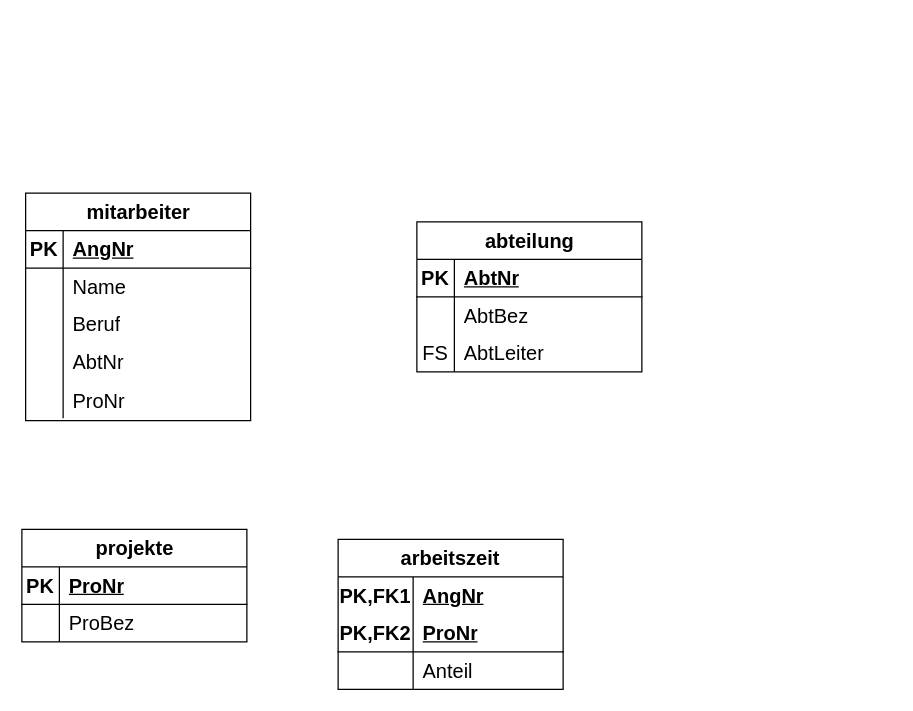
The draw.io diagram files/Datenbanken/aufgaben/Unbenanntes Diagramm.drawio in Fabiann2205/DHBW-Semester3, before the edit. Source tidied: cells renumbered, new cells numbered last; positions are measured from the earlier drawing's top-left corner, leaving out a move shared by most shapes. Both pictures are drawn from the tidied source at 125%, with x=0, y=0 at pixel (21, 192).
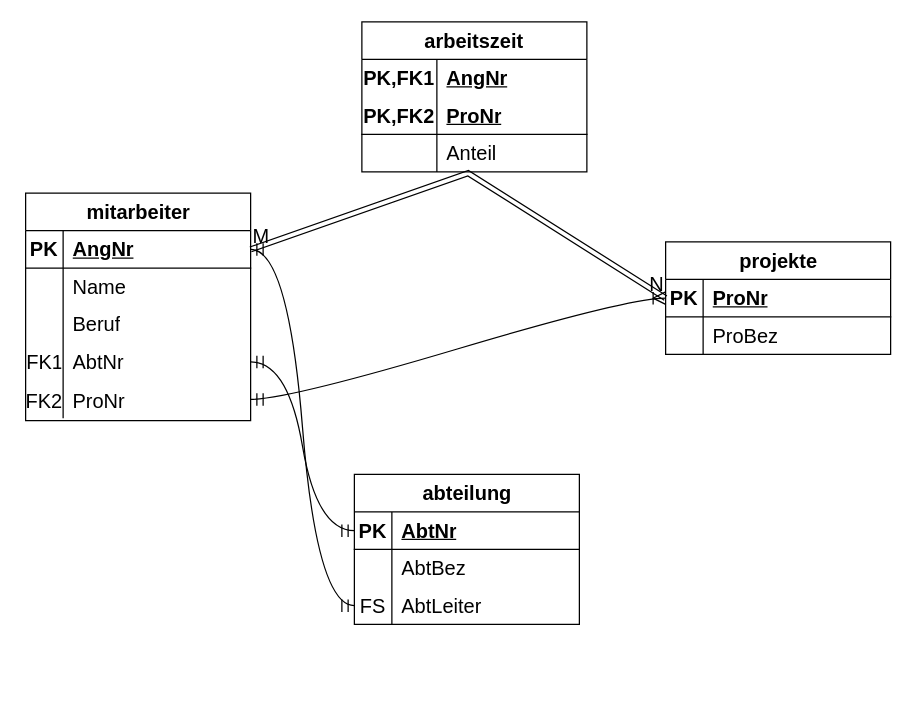
The same page after the edit.

The change refers to these unchanged cells:
```xml
<mxCell id="3" style="shape=tableRow;horizontal=0;startSize=0;swimlaneHead=0;swimlaneBody=0;fillColor=none;points=[[0,0.5],[1,0.5]];portConstraint=eastwest;top=0;left=0;right=0;bottom=1;fontSize=16;" parent="2" vertex="1">
  <mxGeometry y="30" width="180" height="30" as="geometry" />
</mxCell>
<mxCell id="12" style="shape=tableRow;horizontal=0;startSize=0;swimlaneHead=0;swimlaneBody=0;fillColor=none;points=[[0,0.5],[1,0.5]];portConstraint=eastwest;top=0;left=0;right=0;bottom=0;fontSize=16;" parent="2" vertex="1">
  <mxGeometry y="120" width="180" height="30" as="geometry" />
</mxCell>
<mxCell id="15" style="shape=tableRow;horizontal=0;startSize=0;swimlaneHead=0;swimlaneBody=0;fillColor=none;points=[[0,0.5],[1,0.5]];portConstraint=eastwest;top=0;left=0;right=0;bottom=0;fontSize=16;" parent="2" vertex="1">
  <mxGeometry y="150" width="180" height="30" as="geometry" />
</mxCell>
<mxCell id="19" style="shape=tableRow;horizontal=0;startSize=0;swimlaneHead=0;swimlaneBody=0;fillColor=none;points=[[0,0.5],[1,0.5]];portConstraint=eastwest;top=0;left=0;right=0;bottom=1;fontSize=16;" parent="18" vertex="1">
  <mxGeometry y="30" width="180" height="30" as="geometry" />
</mxCell>
<mxCell id="25" style="shape=tableRow;horizontal=0;startSize=0;swimlaneHead=0;swimlaneBody=0;fillColor=none;points=[[0,0.5],[1,0.5]];portConstraint=eastwest;top=0;left=0;right=0;bottom=0;fontSize=16;" parent="18" vertex="1">
  <mxGeometry y="90" width="180" height="30" as="geometry" />
</mxCell>
<mxCell id="29" style="shape=tableRow;horizontal=0;startSize=0;swimlaneHead=0;swimlaneBody=0;fillColor=none;points=[[0,0.5],[1,0.5]];portConstraint=eastwest;top=0;left=0;right=0;bottom=1;fontSize=16;" parent="28" vertex="1">
  <mxGeometry y="30" width="180" height="30" as="geometry" />
</mxCell>
```

The edit, as a diff of the source:
```diff
@@
-    <mxCell id="13" style="shape=partialRectangle;fillColor=none;top=0;left=0;bottom=0;right=0;overflow=hidden;whiteSpace=wrap;html=1;fontSize=16;" parent="12" vertex="1">
+    <mxCell id="13" value="FK1" style="shape=partialRectangle;fillColor=none;top=0;left=0;bottom=0;right=0;overflow=hidden;whiteSpace=wrap;html=1;fontSize=16;" parent="12" vertex="1">
       <mxGeometry width="30" height="30" as="geometry" />
     </mxCell>
@@
-    <mxCell id="16" style="shape=partialRectangle;fillColor=none;top=0;left=0;bottom=0;right=0;overflow=hidden;fontSize=16;" parent="15" vertex="1">
+    <mxCell id="16" value="FK2" style="shape=partialRectangle;fillColor=none;top=0;left=0;bottom=0;right=0;overflow=hidden;fontSize=16;" parent="15" vertex="1">
       <mxGeometry width="30" height="30" as="geometry" />
     </mxCell>
@@
     <mxCell id="18" value="abteilung" style="shape=table;startSize=30;childLayout=tableLayout;rowLines=0;fontStyle=1;align=center;html=1;fontSize=16;" parent="1" vertex="1">
-      <mxGeometry x="316" y="23" width="180" height="120" as="geometry" />
+      <mxGeometry x="266" y="225" width="180" height="120" as="geometry" />
     </mxCell>
@@
     <mxCell id="28" value="projekte" style="shape=table;startSize=30;childLayout=tableLayout;rowLines=0;fontStyle=1;align=center;html=1;fontSize=16;" parent="1" vertex="1">
-      <mxGeometry y="269" width="180" height="90" as="geometry" />
+      <mxGeometry x="515" y="39" width="180" height="90" as="geometry" />
     </mxCell>
@@
     <mxCell id="35" value="arbeitszeit" style="shape=table;startSize=30;childLayout=tableLayout;rowLines=0;fontStyle=1;align=center;html=1;whiteSpace=wrap;fontSize=16;" parent="1" vertex="1">
-      <mxGeometry x="253" y="277" width="180" height="120" as="geometry" />
+      <mxGeometry x="272" y="-137" width="180" height="120" as="geometry" />
     </mxCell>
@@
+    <mxCell id="45" style="edgeStyle=entityRelationEdgeStyle;fontSize=12;html=1;endArrow=ERmandOne;startArrow=ERmandOne;rounded=0;startSize=8;endSize=8;curved=1;exitX=1;exitY=0.5;exitDx=0;exitDy=0;entryX=0;entryY=0.5;entryDx=0;entryDy=0;" parent="1" edge="1" source="3" target="25">
+      <mxGeometry relative="1" as="geometry" />
+    </mxCell>
+    <mxCell id="46" style="edgeStyle=entityRelationEdgeStyle;fontSize=12;html=1;endArrow=ERmandOne;startArrow=ERmandOne;rounded=0;startSize=8;endSize=8;curved=1;exitX=1;exitY=0.5;exitDx=0;exitDy=0;entryX=0;entryY=0.5;entryDx=0;entryDy=0;" parent="1" edge="1" source="12" target="19">
+      <mxGeometry relative="1" as="geometry" />
+    </mxCell>
+    <mxCell id="47" style="edgeStyle=entityRelationEdgeStyle;fontSize=12;html=1;endArrow=ERoneToMany;startArrow=ERmandOne;rounded=0;startSize=8;endSize=8;curved=1;entryX=0;entryY=0.5;entryDx=0;entryDy=0;exitX=1;exitY=0.5;exitDx=0;exitDy=0;" parent="1" edge="1" source="15" target="29">
+      <mxGeometry relative="1" as="geometry">
+        <Array as="points">
+          <mxPoint x="258" y="179" />
+          <mxPoint x="473" y="175" />
+          <mxPoint x="384" y="149" />
+          <mxPoint x="414" y="172" />
+          <mxPoint x="468" y="180" />
+        </Array>
+      </mxGeometry>
+    </mxCell>
+    <mxCell id="48" style="shape=link;html=1;rounded=0;fontSize=12;startSize=8;endSize=8;curved=1;exitX=1;exitY=0.5;exitDx=0;exitDy=0;entryX=0;entryY=0.5;entryDx=0;entryDy=0;" parent="1" edge="1" source="3" target="29">
+      <mxGeometry relative="1" as="geometry">
+        <Array as="points">
+          <mxPoint x="357" y="-16" />
+        </Array>
+      </mxGeometry>
+    </mxCell>
+    <mxCell id="49" value="M" style="html=1;whiteSpace=wrap;align=left;verticalAlign=bottom;fontSize=16;" parent="48" vertex="1">
+      <mxGeometry x="-1" relative="1" as="geometry" />
+    </mxCell>
+    <mxCell id="50" value="N" style="html=1;whiteSpace=wrap;align=right;verticalAlign=bottom;fontSize=16;" parent="48" vertex="1">
+      <mxGeometry x="1" relative="1" as="geometry" />
+    </mxCell>
```
